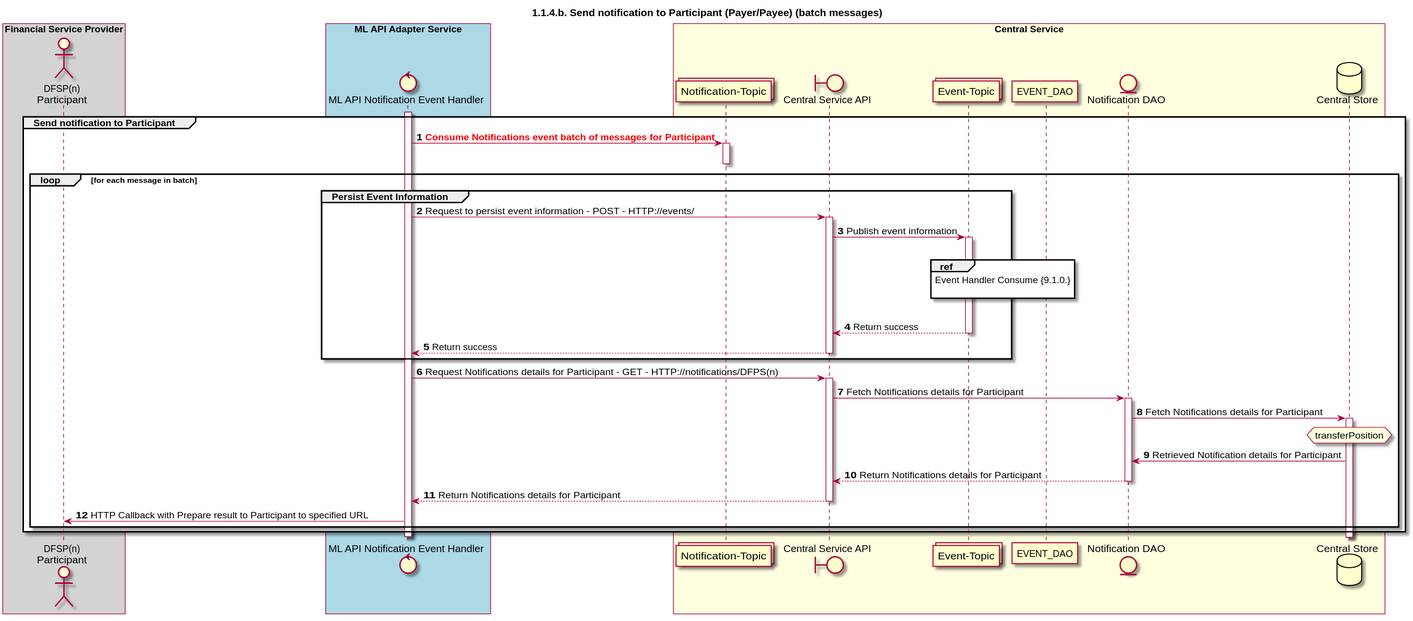
Above: CentralServices/seq_diagrams/seq-prepare-1.1.4.b.svg in ggrg/docs (PlantUML), before the change.
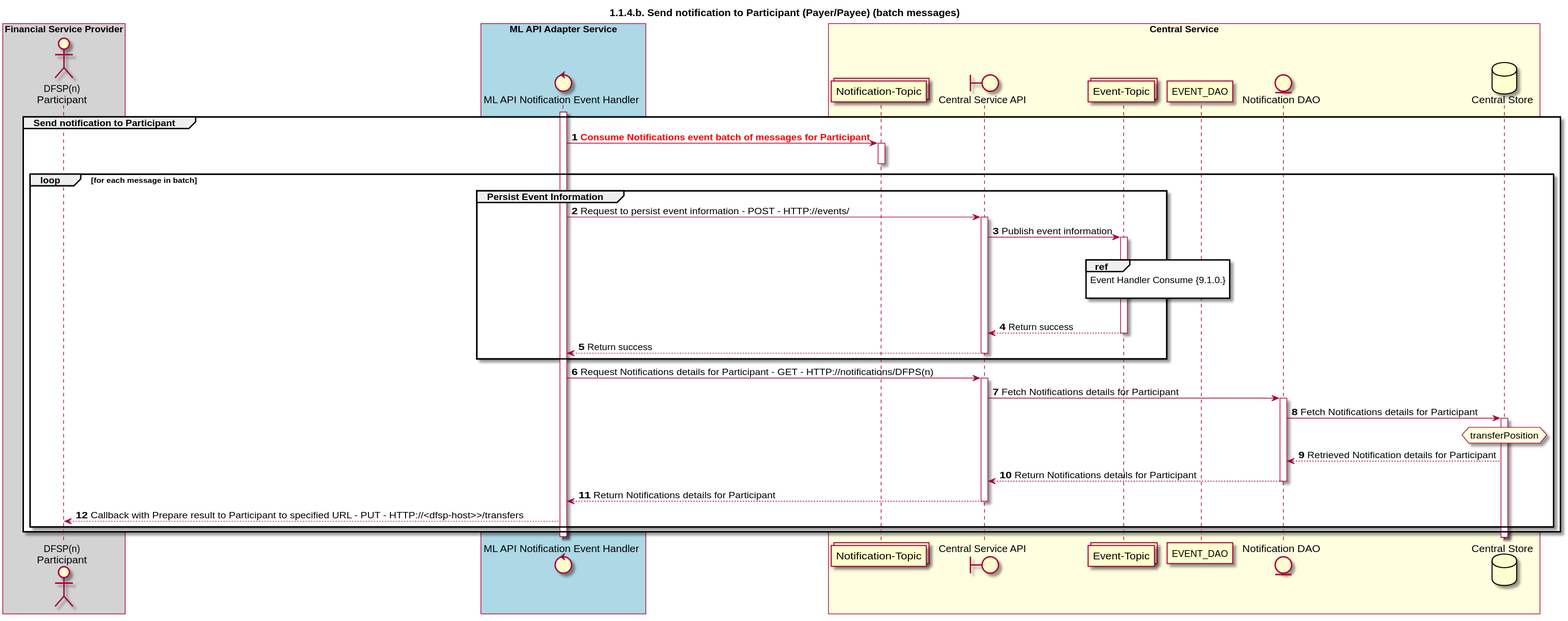
The same file after the commit.

The edit, as a diff of the source:
```diff
@@ -57,12 +57,12 @@
         hnote over DB #lightyellow
             transferPosition
         end note
-        DB -> NOTIFY_DAO: Retrieved Notification details for Participant
+        DB --> NOTIFY_DAO: Retrieved Notification details for Participant
         NOTIFY_DAO --> CSAPI: Return Notifications details for Participant
         deactivate NOTIFY_DAO
         CSAPI --> NOTIFY_HANDLER: Return Notifications details for Participant
         deactivate CSAPI
-        NOTIFY_HANDLER -> DFSP: HTTP Callback with Prepare result to Participant to specified URL
+        NOTIFY_HANDLER --> DFSP: Callback with Prepare result to Participant to specified URL - PUT - HTTP://<dfsp-host>>/transfers
     end
 end
 deactivate NOTIFY_HANDLER
```
